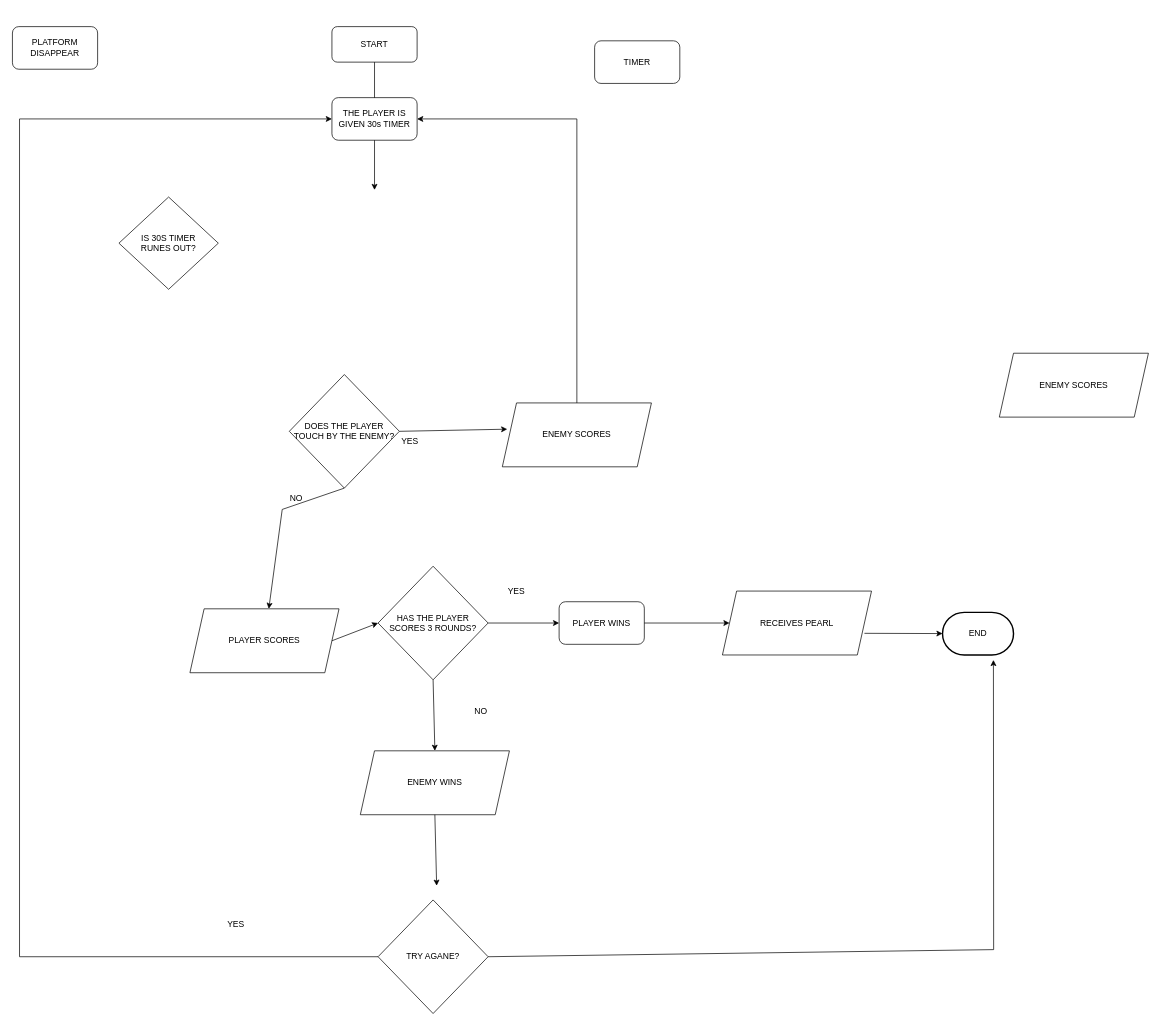
Earlier version of the draw.io diagram langit_lupa.drawio (OmaGash/crispy-bassoon). Source tidied: cells renumbered, new cells numbered last; positions are measured from the earlier drawing's top-left corner, leaving out a move shared by most shapes. Both pictures are drawn from the tidied source at 71%, with x=0, y=0 at pixel (12, 26).
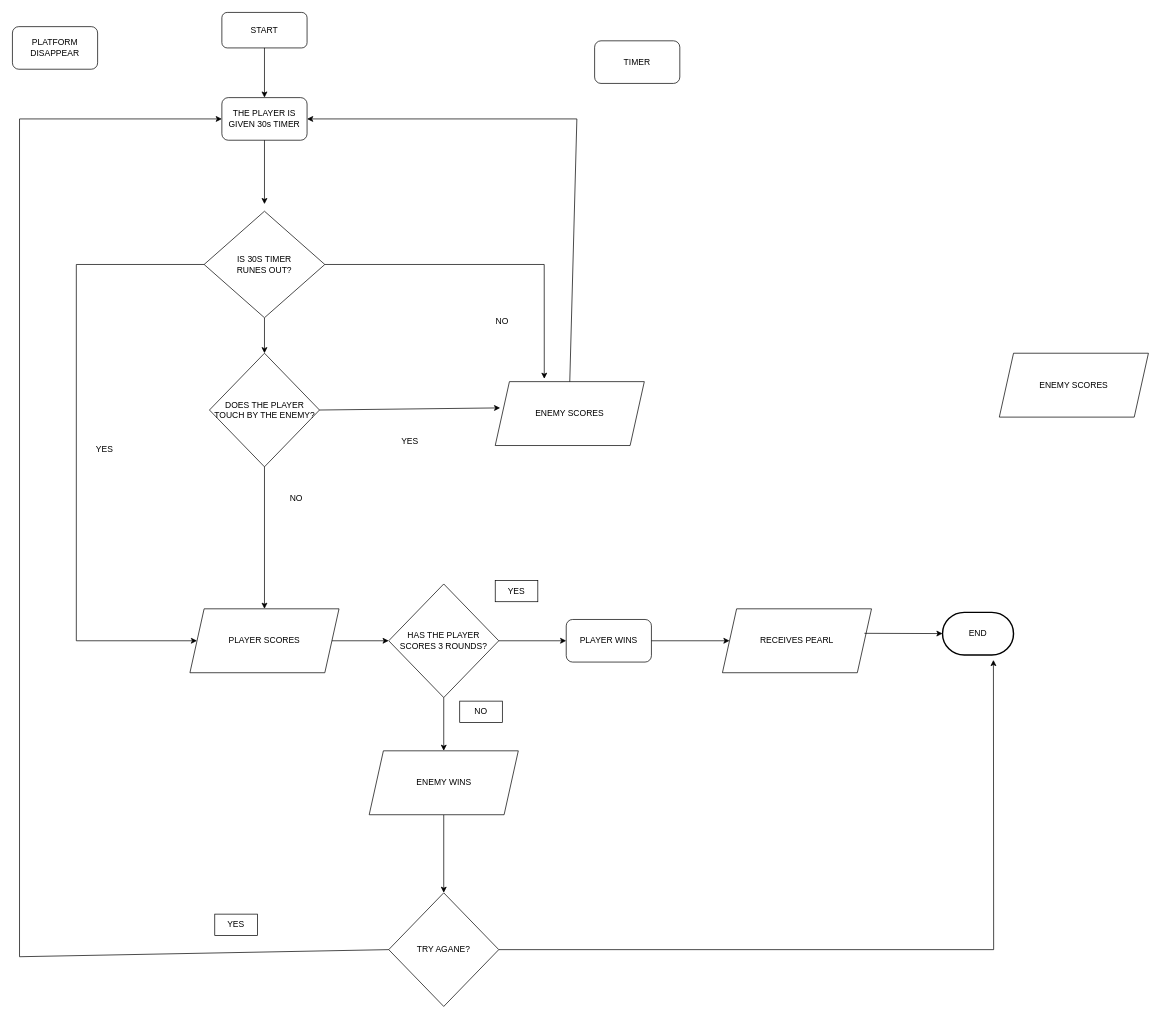
Above is the later version.

Commit message:
langit lupa

The edit, as a diff of the source:
```diff
@@
-    <mxCell id="2" value="START" style="rounded=1;whiteSpace=wrap;html=1;" parent="1" vertex="1">
-      <mxGeometry x="450" width="120" height="50" as="geometry" />
+    <mxCell id="2" value="START" style="rounded=1;whiteSpace=wrap;html=1;fillColor=default;strokeColor=default;fontColor=default;" parent="1" vertex="1">
+      <mxGeometry x="295" y="-20" width="120" height="50" as="geometry" />
     </mxCell>
-    <mxCell id="3" style="endArrow=classic;html=1;rounded=0;exitX=0.5;exitY=1;exitDx=0;exitDy=0;" parent="1" edge="1" source="2">
-      <mxGeometry relative="1" as="geometry">
-        <mxPoint x="510" y="110" as="targetPoint" />
-      </mxGeometry>
+    <mxCell id="3" style="endArrow=classic;html=1;rounded=0;exitX=0.5;exitY=1;exitDx=0;exitDy=0;entryX=0.5;entryY=0;entryDx=0;entryDy=0;" parent="1" edge="1" source="2" target="4">
+      <mxGeometry relative="1" as="geometry" />
     </mxCell>
-    <mxCell id="4" value="THE PLAYER IS GIVEN 30s TIMER " style="rounded=1;whiteSpace=wrap;html=1;" parent="1" vertex="1">
-      <mxGeometry x="450" y="100" width="120" height="60" as="geometry" />
+    <mxCell id="4" value="THE PLAYER IS GIVEN 30s TIMER " style="rounded=1;whiteSpace=wrap;html=1;fillColor=default;strokeColor=default;fontColor=default;" parent="1" vertex="1">
+      <mxGeometry x="295" y="100" width="120" height="60" as="geometry" />
     </mxCell>
@@
-    <mxCell id="7" value="DOES THE PLAYER TOUCH BY THE ENEMY?" style="rhombus;whiteSpace=wrap;html=1;" parent="1" vertex="1">
-      <mxGeometry x="390" y="490" width="155" height="160" as="geometry" />
+    <mxCell id="7" value="DOES THE PLAYER TOUCH BY THE ENEMY?" style="rhombus;whiteSpace=wrap;html=1;fillColor=default;strokeColor=default;fontColor=default;" parent="1" vertex="1">
+      <mxGeometry x="277.5" y="460" width="155" height="160" as="geometry" />
     </mxCell>
@@
-    <mxCell id="9" value="YES" style="text;html=1;strokeColor=none;fillColor=none;align=center;verticalAlign=middle;whiteSpace=wrap;rounded=0;" parent="1" vertex="1">
+    <mxCell id="9" value="YES" style="text;html=1;strokeColor=none;fillColor=none;align=center;verticalAlign=middle;whiteSpace=wrap;rounded=0;fontColor=default;" parent="1" vertex="1">
       <mxGeometry x="530" y="570" width="60" height="30" as="geometry" />
     </mxCell>
-    <mxCell id="10" value="ENEMY SCORES" style="shape=parallelogram;perimeter=parallelogramPerimeter;whiteSpace=wrap;html=1;fixedSize=1;" parent="1" vertex="1">
-      <mxGeometry x="690" y="530" width="210" height="90" as="geometry" />
+    <mxCell id="10" value="ENEMY SCORES" style="shape=parallelogram;perimeter=parallelogramPerimeter;whiteSpace=wrap;html=1;fixedSize=1;fillColor=default;strokeColor=default;fontColor=default;" parent="1" vertex="1">
+      <mxGeometry x="680" y="500" width="210" height="90" as="geometry" />
     </mxCell>
-    <mxCell id="11" style="endArrow=classic;html=1;rounded=0;exitX=0.5;exitY=1;exitDx=0;exitDy=0;" parent="1" edge="1" source="7" target="16">
-      <mxGeometry relative="1" as="geometry">
-        <Array as="points">
-          <mxPoint x="380" y="680" />
-        </Array>
-      </mxGeometry>
+    <mxCell id="11" style="endArrow=classic;html=1;rounded=0;exitX=0.5;exitY=1;exitDx=0;exitDy=0;strokeColor=default;labelBackgroundColor=default;fontColor=default;" parent="1" edge="1" source="7" target="16">
+      <mxGeometry relative="1" as="geometry" />
     </mxCell>
+    <mxCell id="35" style="rounded=0;jettySize=auto;html=1;exitX=0;exitY=0.5;exitDx=0;exitDy=0;labelBackgroundColor=default;fontColor=default;strokeColor=default;fillColor=default;entryX=0;entryY=0.5;entryDx=0;entryDy=0;" parent="1" edge="1" source="12" target="16">
+      <mxGeometry relative="1" as="geometry">
+        <Array as="points">
+          <mxPoint x="90" y="335" />
+          <mxPoint x="90" y="865" />
+        </Array>
+      </mxGeometry>
+    </mxCell>
+    <mxCell id="36" style="edgeStyle=none;rounded=0;jettySize=auto;html=1;labelBackgroundColor=default;fontColor=default;strokeColor=default;fillColor=default;entryX=0.329;entryY=-0.044;entryDx=0;entryDy=0;entryPerimeter=0;" parent="1" edge="1" source="12" target="10">
+      <mxGeometry relative="1" as="geometry">
+        <Array as="points">
+          <mxPoint x="749" y="335" />
+        </Array>
+      </mxGeometry>
+    </mxCell>
+    <mxCell id="37" style="edgeStyle=none;rounded=0;jettySize=auto;html=1;labelBackgroundColor=default;fontColor=default;strokeColor=default;fillColor=default;" parent="1" edge="1" source="12" target="7">
+      <mxGeometry relative="1" as="geometry" />
+    </mxCell>
-    <mxCell id="12" value="&lt;div&gt;IS 30S TIMER &lt;br&gt;&lt;/div&gt;&lt;div&gt;RUNES OUT?&lt;/div&gt;" style="rhombus;whiteSpace=wrap;html=1;" parent="1" vertex="1">
-      <mxGeometry x="150" y="240" width="140" height="130" as="geometry" />
+    <mxCell id="12" value="&lt;div&gt;IS 30S TIMER &lt;br&gt;&lt;/div&gt;&lt;div&gt;RUNES OUT?&lt;/div&gt;" style="rhombus;whiteSpace=wrap;html=1;fillColor=default;strokeColor=default;fontColor=default;" parent="1" vertex="1">
+      <mxGeometry x="270" y="260" width="170" height="150" as="geometry" />
     </mxCell>
-    <mxCell id="13" value="NO" style="text;html=1;strokeColor=none;fillColor=none;align=center;verticalAlign=middle;whiteSpace=wrap;rounded=0;" parent="1" vertex="1">
+    <mxCell id="13" value="NO" style="text;html=1;strokeColor=none;fillColor=none;align=center;verticalAlign=middle;whiteSpace=wrap;rounded=0;fontColor=default;" parent="1" vertex="1">
       <mxGeometry x="370" y="650" width="60" height="30" as="geometry" />
     </mxCell>
-    <mxCell id="14" value="HAS THE PLAYER SCORES 3 ROUNDS?" style="rhombus;whiteSpace=wrap;html=1;" parent="1" vertex="1">
-      <mxGeometry x="515" y="760" width="155" height="160" as="geometry" />
+    <mxCell id="14" value="HAS THE PLAYER SCORES 3 ROUNDS?" style="rhombus;whiteSpace=wrap;html=1;fillColor=default;strokeColor=default;fontColor=default;" parent="1" vertex="1">
+      <mxGeometry x="530" y="785" width="155" height="160" as="geometry" />
     </mxCell>
@@
-    <mxCell id="16" value="PLAYER SCORES" style="shape=parallelogram;perimeter=parallelogramPerimeter;whiteSpace=wrap;html=1;fixedSize=1;" parent="1" vertex="1">
+    <mxCell id="16" value="PLAYER SCORES" style="shape=parallelogram;perimeter=parallelogramPerimeter;whiteSpace=wrap;html=1;fixedSize=1;fillColor=default;strokeColor=default;fontColor=default;" parent="1" vertex="1">
       <mxGeometry x="250" y="820" width="210" height="90" as="geometry" />
     </mxCell>
-    <mxCell id="17" style="endArrow=classic;html=1;rounded=0;exitX=0.5;exitY=1;exitDx=0;exitDy=0;" parent="1" edge="1" source="4">
+    <mxCell id="17" style="endArrow=classic;html=1;rounded=0;exitX=0.5;exitY=1;exitDx=0;exitDy=0;strokeColor=default;labelBackgroundColor=default;fontColor=default;" parent="1" edge="1" source="4">
       <mxGeometry relative="1" as="geometry">
-        <mxPoint x="510" y="230" as="targetPoint" />
+        <mxPoint x="355" y="250" as="targetPoint" />
       </mxGeometry>
     </mxCell>
@@
-    <mxCell id="19" style="endArrow=classic;html=1;rounded=0;exitX=1;exitY=0.5;exitDx=0;exitDy=0;" parent="1" edge="1" source="14">
-      <mxGeometry relative="1" as="geometry">
-        <mxPoint x="770" y="840" as="targetPoint" />
-      </mxGeometry>
+    <mxCell id="19" style="endArrow=classic;html=1;rounded=0;exitX=1;exitY=0.5;exitDx=0;exitDy=0;strokeColor=default;labelBackgroundColor=default;fontColor=default;entryX=0;entryY=0.5;entryDx=0;entryDy=0;fillColor=default;" parent="1" edge="1" source="14" target="22">
+      <mxGeometry relative="1" as="geometry" />
     </mxCell>
-    <mxCell id="20" value="YES" style="text;html=1;strokeColor=none;fillColor=none;align=center;verticalAlign=middle;whiteSpace=wrap;rounded=0;" parent="1" vertex="1">
+    <mxCell id="20" value="YES" style="text;html=1;strokeColor=default;fillColor=default;align=center;verticalAlign=middle;whiteSpace=wrap;rounded=0;fontColor=default;" parent="1" vertex="1">
       <mxGeometry x="680" y="780" width="60" height="30" as="geometry" />
     </mxCell>
-    <mxCell id="21" value="RECEIVES PEARL" style="shape=parallelogram;perimeter=parallelogramPerimeter;whiteSpace=wrap;html=1;fixedSize=1;" parent="1" vertex="1">
-      <mxGeometry x="1000" y="795" width="210" height="90" as="geometry" />
+    <mxCell id="21" value="RECEIVES PEARL" style="shape=parallelogram;perimeter=parallelogramPerimeter;whiteSpace=wrap;html=1;fixedSize=1;fillColor=default;strokeColor=default;fontColor=default;" parent="1" vertex="1">
+      <mxGeometry x="1000" y="820" width="210" height="90" as="geometry" />
     </mxCell>
-    <mxCell id="22" value="PLAYER WINS" style="rounded=1;whiteSpace=wrap;html=1;" parent="1" vertex="1">
-      <mxGeometry x="770" y="810" width="120" height="60" as="geometry" />
+    <mxCell id="22" value="PLAYER WINS" style="rounded=1;whiteSpace=wrap;html=1;fillColor=default;strokeColor=default;fontColor=default;" parent="1" vertex="1">
+      <mxGeometry x="780" y="835" width="120" height="60" as="geometry" />
     </mxCell>
-    <mxCell id="23" style="endArrow=classic;html=1;rounded=0;exitX=1;exitY=0.5;exitDx=0;exitDy=0;entryX=0;entryY=0.5;entryDx=0;entryDy=0;" parent="1" edge="1" source="22" target="21">
+    <mxCell id="23" style="endArrow=classic;html=1;rounded=0;exitX=1;exitY=0.5;exitDx=0;exitDy=0;entryX=0;entryY=0.5;entryDx=0;entryDy=0;fillColor=default;strokeColor=default;fontColor=default;" parent="1" edge="1" source="22" target="21">
       <mxGeometry relative="1" as="geometry" />
     </mxCell>
-    <mxCell id="24" style="endArrow=classic;html=1;rounded=0;exitX=1;exitY=0.5;exitDx=0;exitDy=0;" parent="1" edge="1" target="25">
+    <mxCell id="24" style="endArrow=classic;html=1;rounded=0;exitX=1;exitY=0.5;exitDx=0;exitDy=0;fillColor=default;strokeColor=default;fontColor=default;" parent="1" edge="1" target="25">
       <mxGeometry relative="1" as="geometry">
         <mxPoint x="1200" y="854.5" as="sourcePoint" />
       </mxGeometry>
     </mxCell>
-    <mxCell id="25" value="END" style="strokeWidth=2;html=1;shape=mxgraph.flowchart.terminator;whiteSpace=wrap;" parent="1" vertex="1">
+    <mxCell id="25" value="END" style="strokeWidth=2;html=1;shape=mxgraph.flowchart.terminator;whiteSpace=wrap;fillColor=default;strokeColor=default;fontColor=default;" parent="1" vertex="1">
       <mxGeometry x="1310" y="825" width="100" height="60" as="geometry" />
     </mxCell>
-    <mxCell id="26" style="endArrow=classic;html=1;rounded=0;exitX=1;exitY=0.5;exitDx=0;exitDy=0;entryX=0;entryY=0.5;entryDx=0;entryDy=0;" parent="1" edge="1" source="16" target="14">
+    <mxCell id="26" style="endArrow=classic;html=1;rounded=0;exitX=1;exitY=0.5;exitDx=0;exitDy=0;entryX=0;entryY=0.5;entryDx=0;entryDy=0;fillColor=default;strokeColor=default;fontColor=default;" parent="1" edge="1" source="16" target="14">
       <mxGeometry relative="1" as="geometry" />
     </mxCell>
-    <mxCell id="27" style="endArrow=classic;html=1;rounded=0;exitX=0.5;exitY=1;exitDx=0;exitDy=0;entryX=0.5;entryY=0;entryDx=0;entryDy=0;" parent="1" edge="1" source="14" target="29">
+    <mxCell id="27" style="endArrow=classic;html=1;rounded=0;exitX=0.5;exitY=1;exitDx=0;exitDy=0;entryX=0.5;entryY=0;entryDx=0;entryDy=0;fillColor=default;strokeColor=default;fontColor=default;" parent="1" edge="1" source="14" target="29">
       <mxGeometry relative="1" as="geometry" />
     </mxCell>
-    <mxCell id="28" value="NO" style="text;html=1;strokeColor=none;fillColor=none;align=center;verticalAlign=middle;whiteSpace=wrap;rounded=0;" parent="1" vertex="1">
+    <mxCell id="28" value="NO" style="text;html=1;strokeColor=default;fillColor=default;align=center;verticalAlign=middle;whiteSpace=wrap;rounded=0;fontColor=default;" parent="1" vertex="1">
       <mxGeometry x="630" y="950" width="60" height="30" as="geometry" />
     </mxCell>
+    <mxCell id="38" style="edgeStyle=orthogonalEdgeStyle;rounded=0;jettySize=auto;html=1;entryX=0.5;entryY=0;entryDx=0;entryDy=0;labelBackgroundColor=default;fontColor=default;strokeColor=default;fillColor=default;" parent="1" edge="1" source="29" target="31">
+      <mxGeometry relative="1" as="geometry" />
+    </mxCell>
-    <mxCell id="29" value="ENEMY WINS" style="shape=parallelogram;perimeter=parallelogramPerimeter;whiteSpace=wrap;html=1;fixedSize=1;" parent="1" vertex="1">
-      <mxGeometry x="490" y="1020" width="210" height="90" as="geometry" />
+    <mxCell id="29" value="ENEMY WINS" style="shape=parallelogram;perimeter=parallelogramPerimeter;whiteSpace=wrap;html=1;fixedSize=1;fillColor=default;strokeColor=default;fontColor=default;" parent="1" vertex="1">
+      <mxGeometry x="502.5" y="1020" width="210" height="90" as="geometry" />
     </mxCell>
-    <mxCell id="30" style="endArrow=classic;html=1;rounded=0;exitX=0.5;exitY=1;exitDx=0;exitDy=0;entryX=0.5;entryY=0;entryDx=0;entryDy=0;" parent="1" edge="1">
-      <mxGeometry relative="1" as="geometry">
-        <mxPoint x="595" y="1110" as="sourcePoint" />
-        <mxPoint x="597.5" y="1210" as="targetPoint" />
-      </mxGeometry>
-    </mxCell>
-    <mxCell id="31" value="TRY AGANE?" style="rhombus;whiteSpace=wrap;html=1;" parent="1" vertex="1">
-      <mxGeometry x="515" y="1230" width="155" height="160" as="geometry" />
+    <mxCell id="31" value="TRY AGANE?" style="rhombus;whiteSpace=wrap;html=1;fillColor=default;strokeColor=default;fontColor=default;" parent="1" vertex="1">
+      <mxGeometry x="530" y="1220" width="155" height="160" as="geometry" />
     </mxCell>
@@
-    <mxCell id="33" value="YES" style="text;html=1;strokeColor=none;fillColor=none;align=center;verticalAlign=middle;whiteSpace=wrap;rounded=0;" parent="1" vertex="1">
+    <mxCell id="33" value="YES" style="text;html=1;strokeColor=default;fillColor=default;align=center;verticalAlign=middle;whiteSpace=wrap;rounded=0;fontColor=default;" parent="1" vertex="1">
       <mxGeometry x="285" y="1250" width="60" height="30" as="geometry" />
     </mxCell>
-    <mxCell id="34" style="endArrow=classic;html=1;rounded=0;exitX=1;exitY=0.5;exitDx=0;exitDy=0;entryX=0.717;entryY=1.117;entryDx=0;entryDy=0;entryPerimeter=0;" parent="1" edge="1" source="31" target="25">
+    <mxCell id="34" style="endArrow=classic;html=1;rounded=0;exitX=1;exitY=0.5;exitDx=0;exitDy=0;entryX=0.717;entryY=1.117;entryDx=0;entryDy=0;entryPerimeter=0;fillColor=default;strokeColor=default;fontColor=default;" parent="1" edge="1" source="31" target="25">
       <mxGeometry relative="1" as="geometry">
         <Array as="points">
           <mxPoint x="1382" y="1300" />
         </Array>
       </mxGeometry>
     </mxCell>
+    <mxCell id="39" value="YES" style="text;html=1;strokeColor=none;fillColor=none;align=center;verticalAlign=middle;whiteSpace=wrap;rounded=0;fontColor=default;" parent="1" vertex="1">
+      <mxGeometry x="100" y="580" width="60" height="30" as="geometry" />
+    </mxCell>
+    <mxCell id="40" value="NO" style="text;html=1;strokeColor=none;fillColor=none;align=center;verticalAlign=middle;whiteSpace=wrap;rounded=0;fontColor=default;" parent="1" vertex="1">
+      <mxGeometry x="660" y="400" width="60" height="30" as="geometry" />
+    </mxCell>
```
